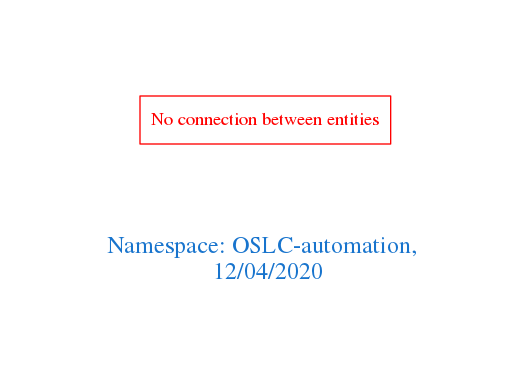
arago/OGIT keeps this Graphviz diagram as downloads/OSLC-automation.png. Above is the earlier version. Its source is kept beside it as downloads/OSLC-automation.dot.
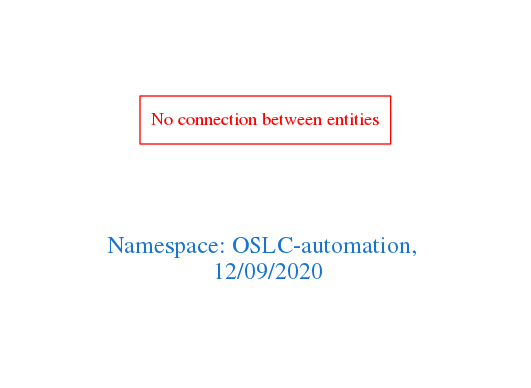
The same diagram one commit later.

The edit, as a diff of the source:
```diff
@@ -1,7 +1,7 @@
 digraph OGIT_ontology {
  graph [ rankdir= LR,pad=1
 fontsize = 18,
-fontcolor= dodgerblue3,label = "\n\n\nNamespace: OSLC-automation, \n 12/04/2020"];
+fontcolor= dodgerblue3,label = "\n\n\nNamespace: OSLC-automation, \n 12/09/2020"];
 node[shape=polygon];
 edge [  color="gray81"];
 
```
